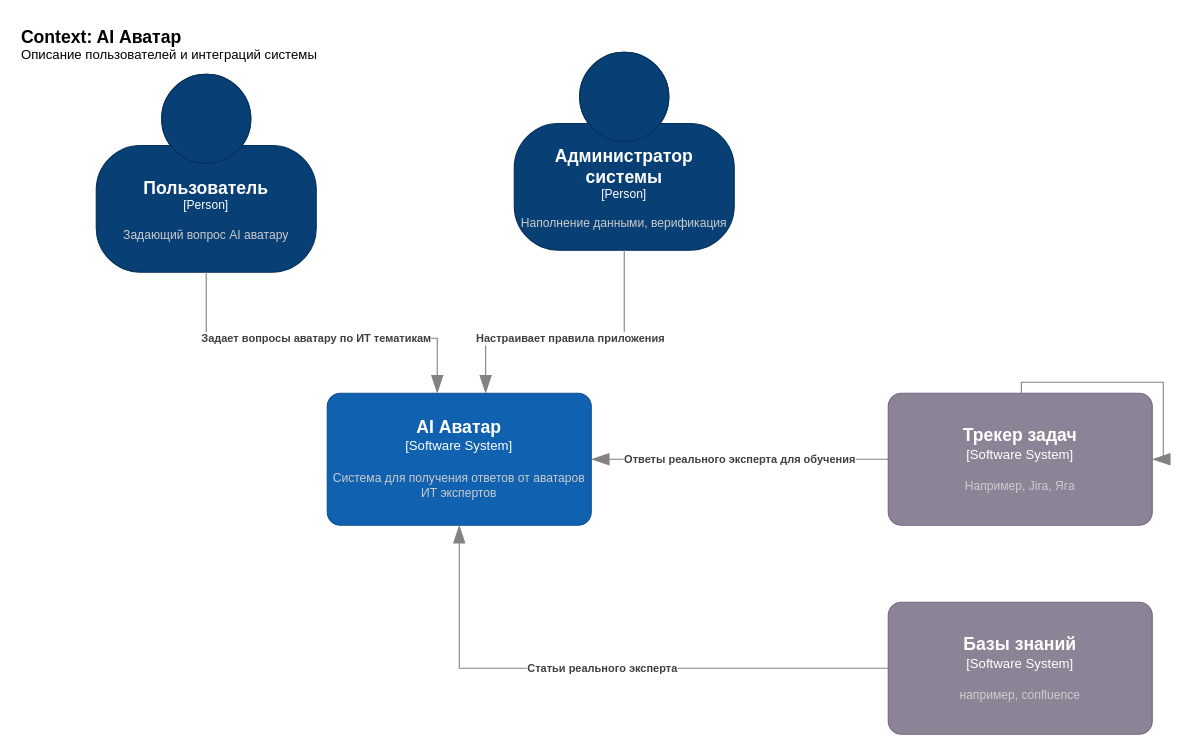
The draw.io diagram Диаграмма без названия.drawio in oleana/AI_Avatar, before the edit. Source tidied: cells renumbered, new cells numbered last; positions are measured from the earlier drawing's top-left corner, leaving out a move shared by most shapes. Both pictures are drawn from the tidied source at 110%, with x=0, y=0 at pixel (19, 19).
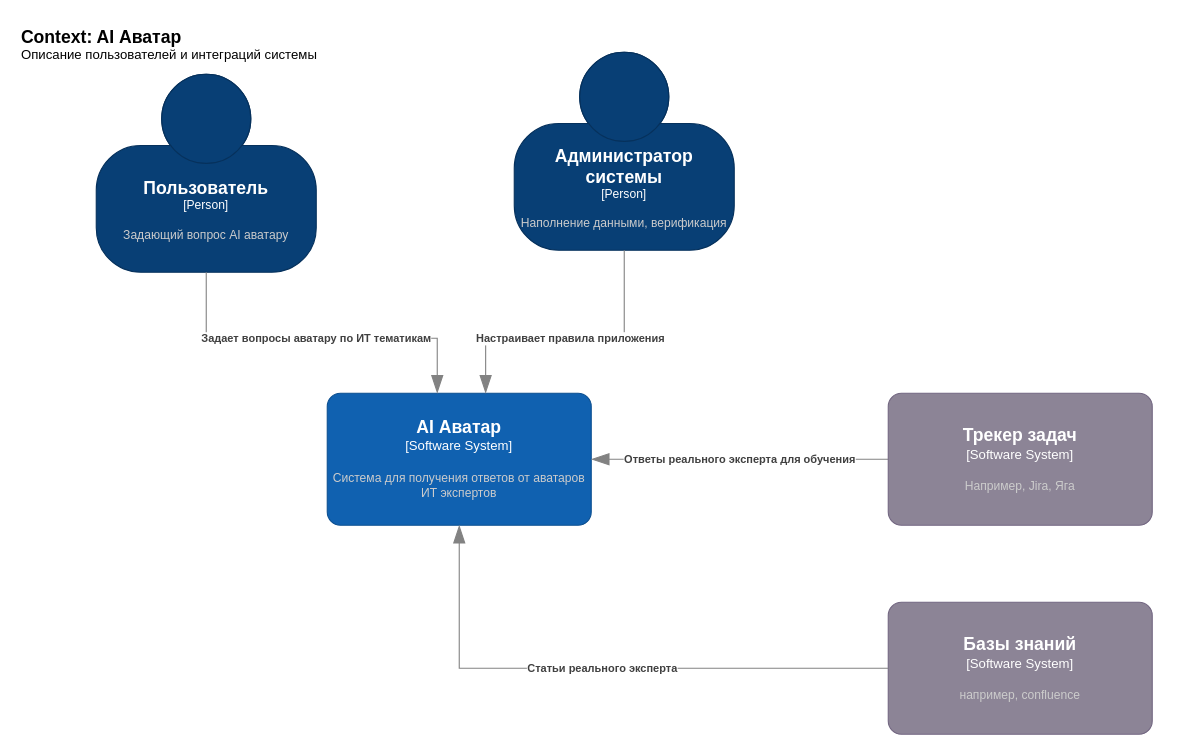
Above is the later version.

Commit message:
AI аватар - Context Diagram.drawio

Unchanged cells that the change refers to:
```xml
<object id="9" label="&lt;font style=&quot;font-size: 16px&quot;&gt;&lt;b&gt;%c4Name%&lt;/b&gt;&lt;/font&gt;&lt;div&gt;[%c4Type%]&lt;/div&gt;&lt;br&gt;&lt;div&gt;&lt;font style=&quot;font-size: 11px&quot;&gt;&lt;font color=&quot;#cccccc&quot;&gt;%c4Description%&lt;/font&gt;&lt;/div&gt;" c4Description="Например, Jira, Яга" c4Name="Трекер задач" c4Type="Software System" placeholders="1">
  <mxCell style="rounded=1;whiteSpace=wrap;html=1;labelBackgroundColor=none;fillColor=#8C8496;fontColor=#ffffff;align=center;arcSize=10;strokeColor=#736782;points=[[0.25,0,0],[0.5,0,0],[0.75,0,0],[1,0.25,0],[1,0.5,0],[1,0.75,0],[0.75,1,0],[0.5,1,0],[0.25,1,0],[0,0.75,0],[0,0.5,0],[0,0.25,0]];" parent="1" vertex="1">
    <mxGeometry x="790" y="340" width="240" height="120" as="geometry" />
  </mxCell>
</object>
```

What changed in the source:
```diff
@@
-    <mxCell id="8" style="endArrow=blockThin;html=1;fontSize=10;fontColor=#404040;strokeWidth=1;endFill=1;strokeColor=#828282;elbow=vertical;endSize=14;startSize=14;jumpStyle=arc;jumpSize=16;rounded=0;edgeStyle=orthogonalEdgeStyle;entryX=1;entryY=0.5;entryDx=0;entryDy=0;entryPerimeter=0;" parent="1" edge="1" target="9">
-      <mxGeometry relative="1" as="geometry">
-        <mxPoint x="900" y="390" as="sourcePoint" />
-      </mxGeometry>
-    </mxCell>
```
